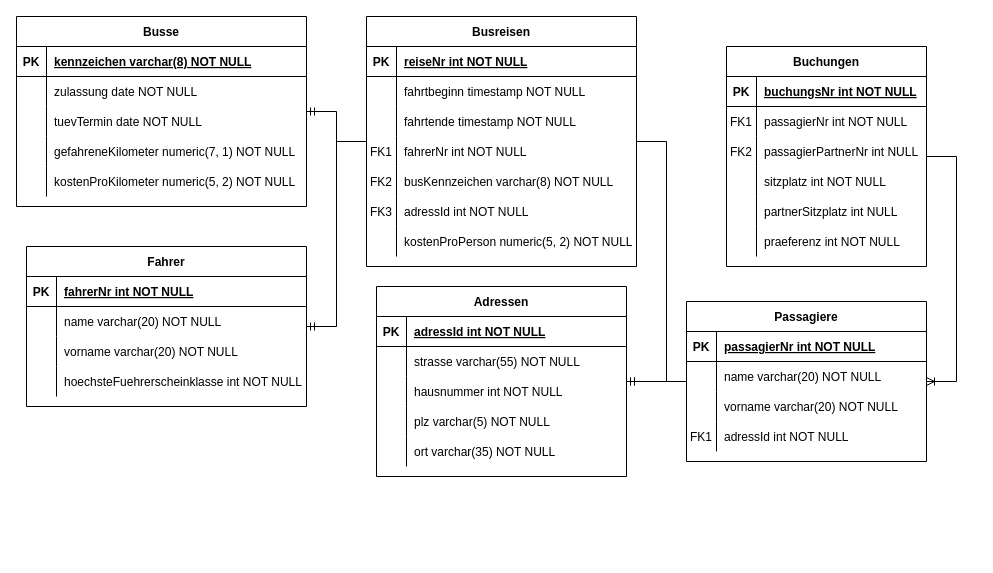
ZichaoIUStudy/Busreisen_OOP2_Referat keeps this draw.io diagram as ER_Diagramm.drawio. Above is the earlier version. Source tidied: cells renumbered, new cells numbered last; positions are measured from the earlier drawing's top-left corner, leaving out a move shared by most shapes. Both pictures are drawn from the tidied source at 100%, with x=0, y=0 at pixel (16, 16).
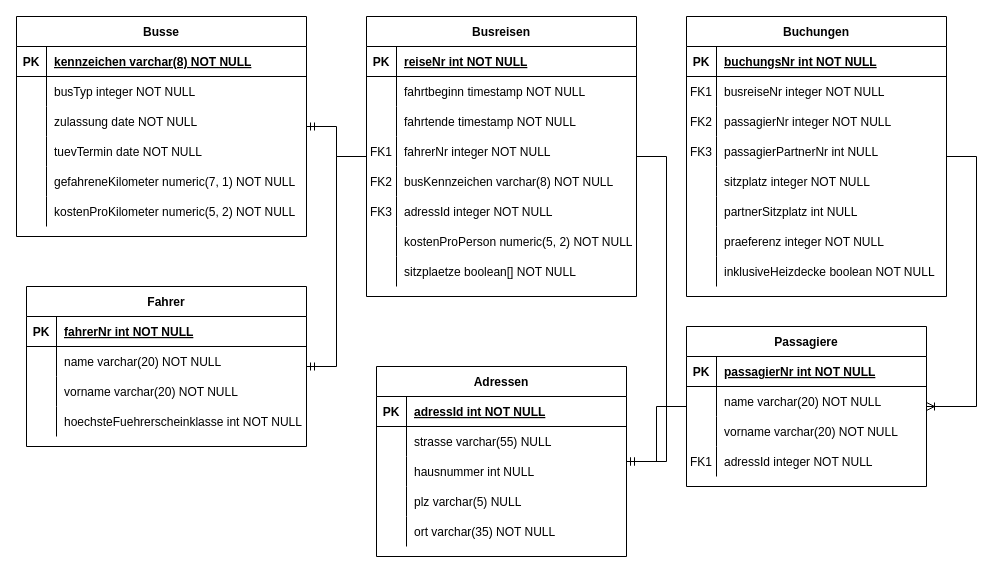
The same page after the edit.

Unchanged cells that the change refers to:
```xml
<mxCell id="41" style="shape=partialRectangle;fillColor=none;top=0;left=0;right=0;bottom=0;" parent="31" vertex="1">
  <mxGeometry y="120" width="270" height="30" as="geometry" />
</mxCell>
<mxCell id="47" style="shape=partialRectangle;fillColor=none;top=0;left=0;right=0;bottom=0;" parent="31" vertex="1">
  <mxGeometry y="180" width="270" height="30" as="geometry" />
</mxCell>
<mxCell id="76" style="shape=partialRectangle;fillColor=none;top=0;left=0;right=0;bottom=0;" parent="72" vertex="1">
  <mxGeometry y="60" width="250" height="30" as="geometry" />
</mxCell>
<mxCell id="79" style="shape=partialRectangle;fillColor=none;top=0;left=0;right=0;bottom=0;" parent="72" vertex="1">
  <mxGeometry y="90" width="250" height="30" as="geometry" />
</mxCell>
<mxCell id="82" style="shape=partialRectangle;fillColor=none;top=0;left=0;right=0;bottom=0;" parent="72" vertex="1">
  <mxGeometry y="120" width="250" height="30" as="geometry" />
</mxCell>
<mxCell id="98" style="shape=partialRectangle;fillColor=none;top=0;left=0;right=0;bottom=0;" parent="88" vertex="1">
  <mxGeometry y="120" width="240" height="30" as="geometry" />
</mxCell>
```

What changed in the source:
```diff
@@
     <mxCell id="2" value="Busse" style="shape=table;startSize=30;childLayout=tableLayout;rowLines=0;fontStyle=1;align=center;" parent="1" vertex="1">
-      <mxGeometry width="290" height="190" as="geometry" />
+      <mxGeometry width="290" height="220" as="geometry" />
     </mxCell>
@@
+    <mxCell id="106" style="shape=partialRectangle;fillColor=none;top=0;left=0;right=0;bottom=0;" parent="2" vertex="1">
+      <mxGeometry y="60" width="290" height="30" as="geometry" />
+    </mxCell>
+    <mxCell id="107" style="shape=partialRectangle;overflow=hidden;fillColor=none;top=0;left=0;bottom=0;right=0;" parent="106" vertex="1">
+      <mxGeometry width="30" height="30" as="geometry" />
+    </mxCell>
+    <mxCell id="108" value="busTyp integer NOT NULL" style="shape=partialRectangle;overflow=hidden;fillColor=none;top=0;left=0;bottom=0;right=0;align=left;spacingLeft=6;" parent="106" vertex="1">
+      <mxGeometry x="30" width="260" height="30" as="geometry" />
+    </mxCell>
     <mxCell id="6" style="shape=partialRectangle;fillColor=none;top=0;left=0;right=0;bottom=0;" parent="2" vertex="1">
-      <mxGeometry y="60" width="290" height="30" as="geometry" />
+      <mxGeometry y="90" width="290" height="30" as="geometry" />
     </mxCell>
@@
     <mxCell id="9" style="shape=partialRectangle;fillColor=none;top=0;left=0;right=0;bottom=0;" parent="2" vertex="1">
-      <mxGeometry y="90" width="290" height="30" as="geometry" />
+      <mxGeometry y="120" width="290" height="30" as="geometry" />
     </mxCell>
@@
     <mxCell id="12" style="shape=partialRectangle;fillColor=none;top=0;left=0;right=0;bottom=0;" parent="2" vertex="1">
-      <mxGeometry y="120" width="290" height="30" as="geometry" />
+      <mxGeometry y="150" width="290" height="30" as="geometry" />
     </mxCell>
@@
     <mxCell id="15" style="shape=partialRectangle;fillColor=none;top=0;left=0;right=0;bottom=0;" parent="2" vertex="1">
-      <mxGeometry y="150" width="290" height="30" as="geometry" />
+      <mxGeometry y="180" width="290" height="30" as="geometry" />
     </mxCell>
@@
     <mxCell id="18" value="Fahrer" style="shape=table;startSize=30;childLayout=tableLayout;rowLines=0;fontStyle=1;align=center;" parent="1" vertex="1">
-      <mxGeometry x="10" y="230" width="280" height="160" as="geometry" />
+      <mxGeometry x="10" y="270" width="280" height="160" as="geometry" />
     </mxCell>
@@
     <mxCell id="31" value="Busreisen" style="shape=table;startSize=30;childLayout=tableLayout;rowLines=0;fontStyle=1;align=center;" parent="1" vertex="1">
-      <mxGeometry x="350" width="270" height="250" as="geometry" />
+      <mxGeometry x="350" width="270" height="280" as="geometry" />
     </mxCell>
@@
-    <mxCell id="43" value="fahrerNr int NOT NULL" style="shape=partialRectangle;overflow=hidden;fillColor=none;top=0;left=0;bottom=0;right=0;align=left;spacingLeft=6;" parent="41" vertex="1">
+    <mxCell id="43" value="fahrerNr integer NOT NULL" style="shape=partialRectangle;overflow=hidden;fillColor=none;top=0;left=0;bottom=0;right=0;align=left;spacingLeft=6;" parent="41" vertex="1">
       <mxGeometry x="30" width="240" height="30" as="geometry" />
     </mxCell>
@@
-    <mxCell id="49" value="adressId int NOT NULL" style="shape=partialRectangle;overflow=hidden;fillColor=none;top=0;left=0;bottom=0;right=0;align=left;spacingLeft=6;" parent="47" vertex="1">
+    <mxCell id="49" value="adressId integer NOT NULL" style="shape=partialRectangle;overflow=hidden;fillColor=none;top=0;left=0;bottom=0;right=0;align=left;spacingLeft=6;" parent="47" vertex="1">
       <mxGeometry x="30" width="240" height="30" as="geometry" />
     </mxCell>
@@
+    <mxCell id="109" style="shape=partialRectangle;fillColor=none;top=0;left=0;right=0;bottom=0;" parent="31" vertex="1">
+      <mxGeometry y="240" width="270" height="30" as="geometry" />
+    </mxCell>
+    <mxCell id="110" style="shape=partialRectangle;overflow=hidden;fillColor=none;top=0;left=0;bottom=0;right=0;" parent="109" vertex="1">
+      <mxGeometry width="30" height="30" as="geometry" />
+    </mxCell>
+    <mxCell id="111" value="sitzplaetze boolean[] NOT NULL" style="shape=partialRectangle;overflow=hidden;fillColor=none;top=0;left=0;bottom=0;right=0;align=left;spacingLeft=6;" parent="109" vertex="1">
+      <mxGeometry x="30" width="240" height="30" as="geometry" />
+    </mxCell>
     <mxCell id="53" value="Buchungen" style="shape=table;startSize=30;childLayout=tableLayout;rowLines=0;fontStyle=1;align=center;" parent="1" vertex="1">
-      <mxGeometry x="710" y="30" width="200" height="220" as="geometry" />
+      <mxGeometry x="670" width="260" height="280" as="geometry" />
     </mxCell>
     <mxCell id="54" style="shape=partialRectangle;fillColor=none;top=0;left=0;right=0;bottom=1;" parent="53" vertex="1">
-      <mxGeometry y="30" width="200" height="30" as="geometry" />
+      <mxGeometry y="30" width="260" height="30" as="geometry" />
     </mxCell>
@@
     <mxCell id="56" value="buchungsNr int NOT NULL " style="shape=partialRectangle;overflow=hidden;fillColor=none;top=0;left=0;bottom=0;right=0;align=left;spacingLeft=6;fontStyle=5;" parent="54" vertex="1">
-      <mxGeometry x="30" width="170" height="30" as="geometry" />
+      <mxGeometry x="30" width="230" height="30" as="geometry" />
     </mxCell>
+    <mxCell id="112" style="shape=partialRectangle;fillColor=none;top=0;left=0;right=0;bottom=0;" parent="53" vertex="1">
+      <mxGeometry y="60" width="260" height="30" as="geometry" />
+    </mxCell>
+    <mxCell id="113" value="FK1" style="shape=partialRectangle;overflow=hidden;fillColor=none;top=0;left=0;bottom=0;right=0;" parent="112" vertex="1">
+      <mxGeometry width="30" height="30" as="geometry" />
+    </mxCell>
+    <mxCell id="114" value="busreiseNr integer NOT NULL" style="shape=partialRectangle;overflow=hidden;fillColor=none;top=0;left=0;bottom=0;right=0;align=left;spacingLeft=6;" parent="112" vertex="1">
+      <mxGeometry x="30" width="230" height="30" as="geometry" />
+    </mxCell>
     <mxCell id="57" style="shape=partialRectangle;fillColor=none;top=0;left=0;right=0;bottom=0;" parent="53" vertex="1">
-      <mxGeometry y="60" width="200" height="30" as="geometry" />
+      <mxGeometry y="90" width="260" height="30" as="geometry" />
     </mxCell>
-    <mxCell id="58" value="FK1" style="shape=partialRectangle;overflow=hidden;fillColor=none;top=0;left=0;bottom=0;right=0;" parent="57" vertex="1">
+    <mxCell id="58" value="FK2" style="shape=partialRectangle;overflow=hidden;fillColor=none;top=0;left=0;bottom=0;right=0;" parent="57" vertex="1">
       <mxGeometry width="30" height="30" as="geometry" />
     </mxCell>
-    <mxCell id="59" value="passagierNr int NOT NULL" style="shape=partialRectangle;overflow=hidden;fillColor=none;top=0;left=0;bottom=0;right=0;align=left;spacingLeft=6;" parent="57" vertex="1">
-      <mxGeometry x="30" width="170" height="30" as="geometry" />
+    <mxCell id="59" value="passagierNr integer NOT NULL" style="shape=partialRectangle;overflow=hidden;fillColor=none;top=0;left=0;bottom=0;right=0;align=left;spacingLeft=6;" parent="57" vertex="1">
+      <mxGeometry x="30" width="230" height="30" as="geometry" />
     </mxCell>
     <mxCell id="60" style="shape=partialRectangle;fillColor=none;top=0;left=0;right=0;bottom=0;" parent="53" vertex="1">
-      <mxGeometry y="90" width="200" height="30" as="geometry" />
+      <mxGeometry y="120" width="260" height="30" as="geometry" />
     </mxCell>
-    <mxCell id="61" value="FK2" style="shape=partialRectangle;overflow=hidden;fillColor=none;top=0;left=0;bottom=0;right=0;" parent="60" vertex="1">
+    <mxCell id="61" value="FK3" style="shape=partialRectangle;overflow=hidden;fillColor=none;top=0;left=0;bottom=0;right=0;" parent="60" vertex="1">
       <mxGeometry width="30" height="30" as="geometry" />
     </mxCell>
     <mxCell id="62" value="passagierPartnerNr int NULL" style="shape=partialRectangle;overflow=hidden;fillColor=none;top=0;left=0;bottom=0;right=0;align=left;spacingLeft=6;" parent="60" vertex="1">
-      <mxGeometry x="30" width="170" height="30" as="geometry" />
+      <mxGeometry x="30" width="230" height="30" as="geometry" />
     </mxCell>
     <mxCell id="63" style="shape=partialRectangle;fillColor=none;top=0;left=0;right=0;bottom=0;" parent="53" vertex="1">
-      <mxGeometry y="120" width="200" height="30" as="geometry" />
+      <mxGeometry y="150" width="260" height="30" as="geometry" />
     </mxCell>
@@
-    <mxCell id="65" value="sitzplatz int NOT NULL" style="shape=partialRectangle;overflow=hidden;fillColor=none;top=0;left=0;bottom=0;right=0;align=left;spacingLeft=6;" parent="63" vertex="1">
-      <mxGeometry x="30" width="170" height="30" as="geometry" />
+    <mxCell id="65" value="sitzplatz integer NOT NULL" style="shape=partialRectangle;overflow=hidden;fillColor=none;top=0;left=0;bottom=0;right=0;align=left;spacingLeft=6;" parent="63" vertex="1">
+      <mxGeometry x="30" width="230" height="30" as="geometry" />
     </mxCell>
     <mxCell id="66" style="shape=partialRectangle;fillColor=none;top=0;left=0;right=0;bottom=0;" parent="53" vertex="1">
-      <mxGeometry y="150" width="200" height="30" as="geometry" />
+      <mxGeometry y="180" width="260" height="30" as="geometry" />
     </mxCell>
@@
     <mxCell id="68" value="partnerSitzplatz int NULL" style="shape=partialRectangle;overflow=hidden;fillColor=none;top=0;left=0;bottom=0;right=0;align=left;spacingLeft=6;" parent="66" vertex="1">
-      <mxGeometry x="30" width="170" height="30" as="geometry" />
+      <mxGeometry x="30" width="230" height="30" as="geometry" />
     </mxCell>
     <mxCell id="69" style="shape=partialRectangle;fillColor=none;top=0;left=0;right=0;bottom=0;" parent="53" vertex="1">
-      <mxGeometry y="180" width="200" height="30" as="geometry" />
+      <mxGeometry y="210" width="260" height="30" as="geometry" />
     </mxCell>
@@
-    <mxCell id="71" value="praeferenz int NOT NULL" style="shape=partialRectangle;overflow=hidden;fillColor=none;top=0;left=0;bottom=0;right=0;align=left;spacingLeft=6;" parent="69" vertex="1">
-      <mxGeometry x="30" width="170" height="30" as="geometry" />
+    <mxCell id="71" value="praeferenz integer NOT NULL" style="shape=partialRectangle;overflow=hidden;fillColor=none;top=0;left=0;bottom=0;right=0;align=left;spacingLeft=6;" parent="69" vertex="1">
+      <mxGeometry x="30" width="230" height="30" as="geometry" />
     </mxCell>
+    <mxCell id="115" style="shape=partialRectangle;fillColor=none;top=0;left=0;right=0;bottom=0;" parent="53" vertex="1">
+      <mxGeometry y="240" width="260" height="30" as="geometry" />
+    </mxCell>
+    <mxCell id="116" style="shape=partialRectangle;overflow=hidden;fillColor=none;top=0;left=0;bottom=0;right=0;" parent="115" vertex="1">
+      <mxGeometry width="30" height="30" as="geometry" />
+    </mxCell>
+    <mxCell id="117" value="inklusiveHeizdecke boolean NOT NULL" style="shape=partialRectangle;overflow=hidden;fillColor=none;top=0;left=0;bottom=0;right=0;align=left;spacingLeft=6;" parent="115" vertex="1">
+      <mxGeometry x="30" width="230" height="30" as="geometry" />
+    </mxCell>
     <mxCell id="72" value="Adressen" style="shape=table;startSize=30;childLayout=tableLayout;rowLines=0;fontStyle=1;align=center;" parent="1" vertex="1">
-      <mxGeometry x="360" y="270" width="250" height="190" as="geometry" />
+      <mxGeometry x="360" y="350" width="250" height="190" as="geometry" />
     </mxCell>
@@
-    <mxCell id="78" value="strasse varchar(55) NOT NULL" style="shape=partialRectangle;overflow=hidden;fillColor=none;top=0;left=0;bottom=0;right=0;align=left;spacingLeft=6;" parent="76" vertex="1">
+    <mxCell id="78" value="strasse varchar(55) NULL" style="shape=partialRectangle;overflow=hidden;fillColor=none;top=0;left=0;bottom=0;right=0;align=left;spacingLeft=6;" parent="76" vertex="1">
       <mxGeometry x="30" width="220" height="30" as="geometry" />
     </mxCell>
@@
-    <mxCell id="81" value="hausnummer int NOT NULL" style="shape=partialRectangle;overflow=hidden;fillColor=none;top=0;left=0;bottom=0;right=0;align=left;spacingLeft=6;" parent="79" vertex="1">
+    <mxCell id="81" value="hausnummer int NULL" style="shape=partialRectangle;overflow=hidden;fillColor=none;top=0;left=0;bottom=0;right=0;align=left;spacingLeft=6;" parent="79" vertex="1">
       <mxGeometry x="30" width="220" height="30" as="geometry" />
     </mxCell>
@@
-    <mxCell id="84" value="plz varchar(5) NOT NULL" style="shape=partialRectangle;overflow=hidden;fillColor=none;top=0;left=0;bottom=0;right=0;align=left;spacingLeft=6;" parent="82" vertex="1">
+    <mxCell id="84" value="plz varchar(5) NULL" style="shape=partialRectangle;overflow=hidden;fillColor=none;top=0;left=0;bottom=0;right=0;align=left;spacingLeft=6;" parent="82" vertex="1">
       <mxGeometry x="30" width="220" height="30" as="geometry" />
     </mxCell>
@@
     <mxCell id="88" value="Passagiere" style="shape=table;startSize=30;childLayout=tableLayout;rowLines=0;fontStyle=1;align=center;" parent="1" vertex="1">
-      <mxGeometry x="670" y="285" width="240" height="160" as="geometry" />
+      <mxGeometry x="670" y="310" width="240" height="160" as="geometry" />
     </mxCell>
@@
-    <mxCell id="100" value="adressId int NOT NULL" style="shape=partialRectangle;overflow=hidden;fillColor=none;top=0;left=0;bottom=0;right=0;align=left;spacingLeft=6;" parent="98" vertex="1">
+    <mxCell id="100" value="adressId integer NOT NULL" style="shape=partialRectangle;overflow=hidden;fillColor=none;top=0;left=0;bottom=0;right=0;align=left;spacingLeft=6;" parent="98" vertex="1">
       <mxGeometry x="30" width="210" height="30" as="geometry" />
     </mxCell>
```
